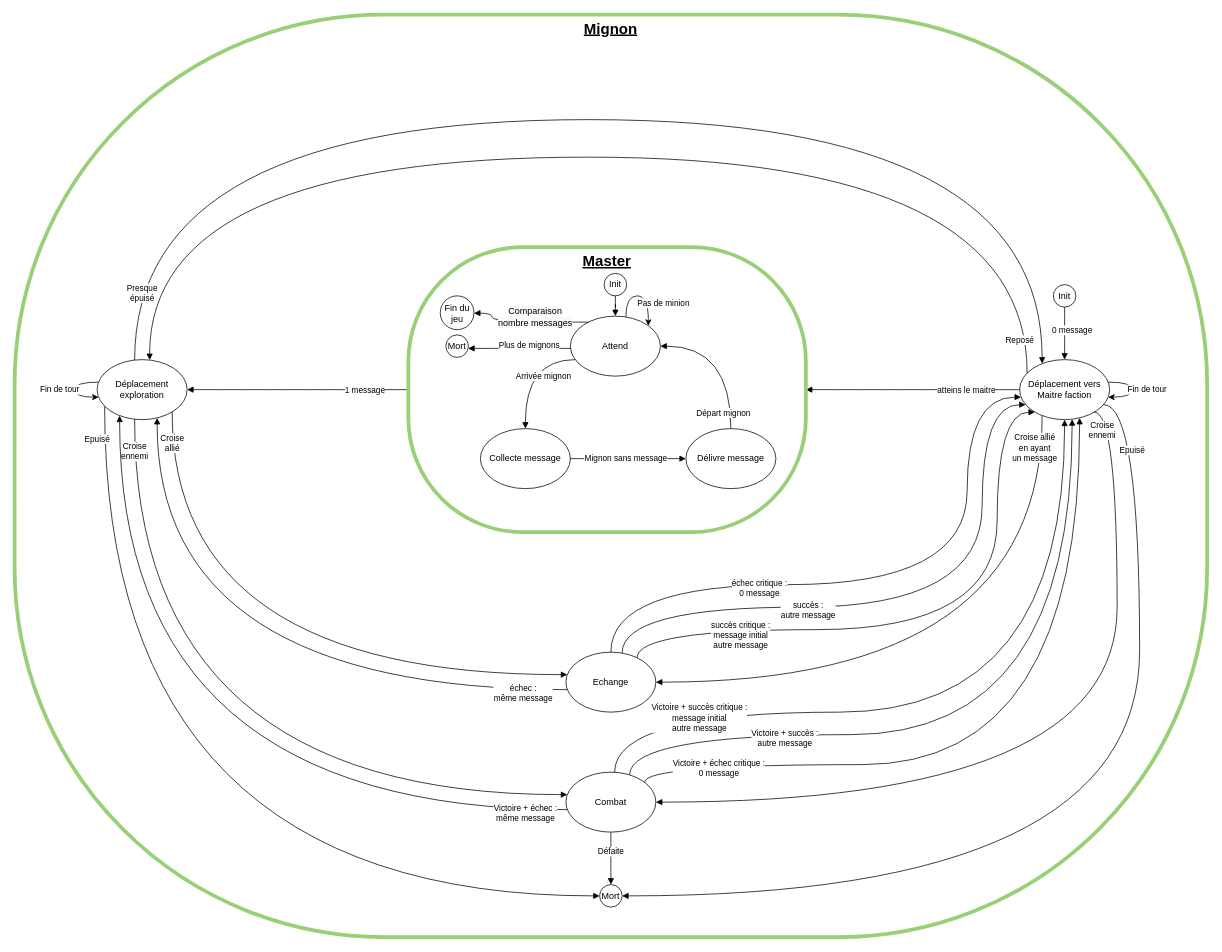
This is schemes/State transition.drawio from Xisabla/Illuvatar, a draw.io file, before an edit. Source tidied: cells renumbered, new cells numbered last; positions are measured from the earlier drawing's top-left corner, leaving out a move shared by most shapes. Both pictures are drawn from the tidied source at 75%, with x=0, y=0 at pixel (14, 14).
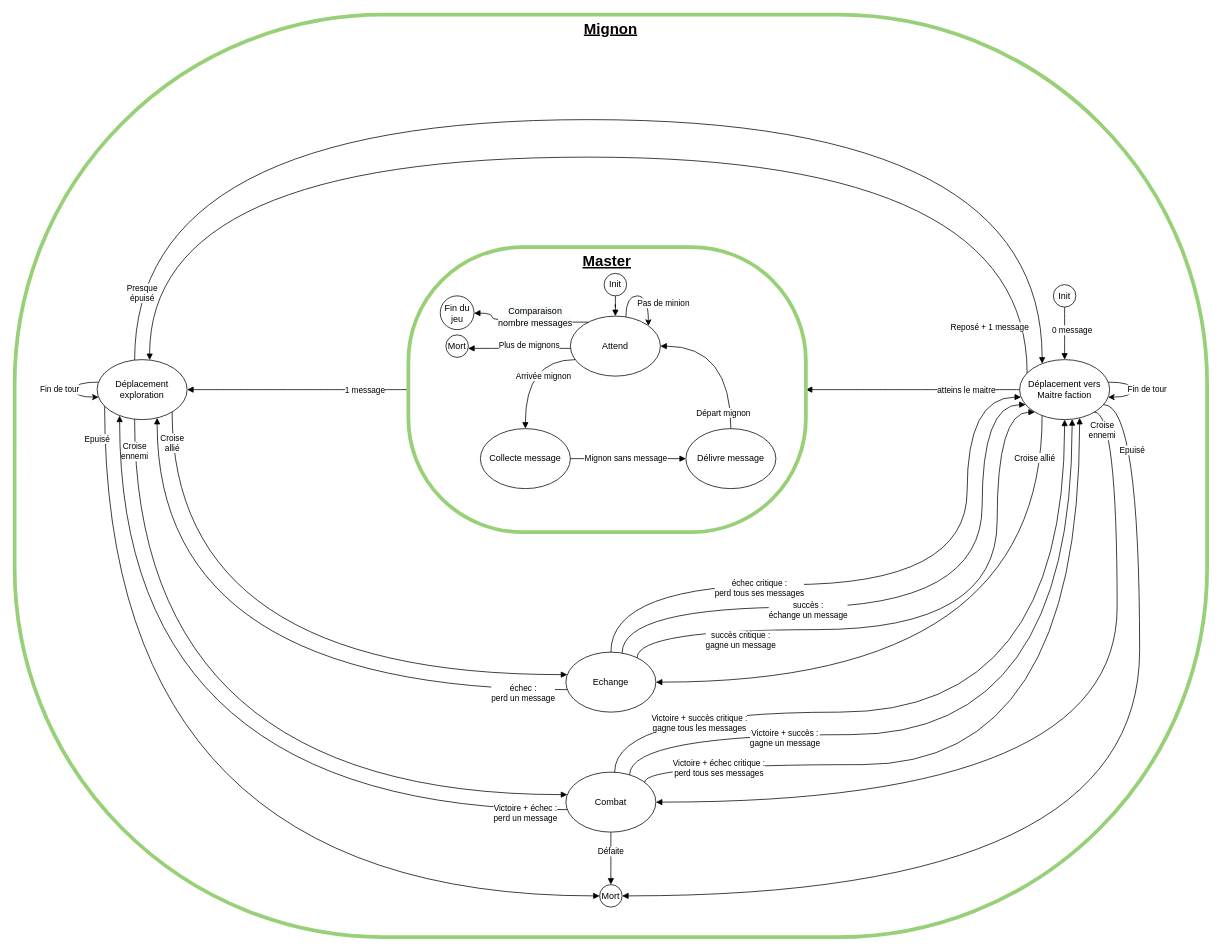
After the change.

The change refers to these unchanged cells:
```xml
<mxCell id="5" value="Déplacement&lt;br&gt;exploration" style="ellipse;whiteSpace=wrap;html=1;strokeColor=default;strokeWidth=1;" parent="1" vertex="1">
  <mxGeometry x="110" y="460" width="120" height="80" as="geometry" />
</mxCell>
<mxCell id="8" value="Combat" style="ellipse;whiteSpace=wrap;html=1;strokeColor=default;strokeWidth=1;" parent="1" vertex="1">
  <mxGeometry x="735" y="1010" width="120" height="80" as="geometry" />
</mxCell>
<mxCell id="9" value="Echange" style="ellipse;whiteSpace=wrap;html=1;strokeColor=default;strokeWidth=1;" parent="1" vertex="1">
  <mxGeometry x="735" y="850" width="120" height="80" as="geometry" />
</mxCell>
<mxCell id="16" value="Déplacement vers&lt;br&gt;Maitre faction" style="ellipse;whiteSpace=wrap;html=1;strokeColor=default;strokeWidth=1;" parent="1" vertex="1">
  <mxGeometry x="1340" y="460" width="120" height="80" as="geometry" />
</mxCell>
```

Diff of the diagram source:
```diff
@@
-    <mxCell id="7" value="Victoire + succès :&lt;br&gt;autre message" style="edgeStyle=orthogonalEdgeStyle;curved=1;jettySize=auto;html=1;endArrow=block;endSize=6;targetPerimeterSpacing=0;verticalAlign=bottom;" parent="1" edge="1" source="8" target="16">
+    <mxCell id="7" value="Victoire + succès :&lt;br&gt;gagne un message" style="edgeStyle=orthogonalEdgeStyle;curved=1;jettySize=auto;html=1;endArrow=block;endSize=6;targetPerimeterSpacing=0;verticalAlign=bottom;" parent="1" edge="1" source="8" target="16">
       <mxGeometry x="-0.51" y="-20" relative="1" as="geometry">
         <Array as="points">
           <mxPoint x="820" y="960" />
           <mxPoint x="1410" y="960" />
         </Array>
       </mxGeometry>
     </mxCell>
@@
-    <mxCell id="15" value="Reposé" style="edgeStyle=orthogonalEdgeStyle;curved=1;jettySize=auto;html=1;endArrow=block;endSize=6;targetPerimeterSpacing=0;verticalAlign=bottom;" parent="1" edge="1" source="16" target="5">
-      <mxGeometry x="-0.96" y="10" relative="1" as="geometry">
+    <mxCell id="15" value="Reposé + 1 message" style="edgeStyle=orthogonalEdgeStyle;curved=1;jettySize=auto;html=1;endArrow=block;endSize=6;targetPerimeterSpacing=0;verticalAlign=bottom;" parent="1" edge="1" source="16" target="5">
+      <mxGeometry x="-0.94" y="50" relative="1" as="geometry">
         <Array as="points">
           <mxPoint x="1350" y="190" />
           <mxPoint x="180" y="190" />
         </Array>
       </mxGeometry>
     </mxCell>
@@
-    <mxCell id="21" value="succès :&lt;br&gt;autre message" style="html=1;verticalAlign=bottom;endArrow=block;endSize=6;targetPerimeterSpacing=0;edgeStyle=orthogonalEdgeStyle;curved=1;" parent="1" edge="1" source="9" target="16">
+    <mxCell id="21" value="succès :&lt;br&gt;échange un message" style="html=1;verticalAlign=bottom;endArrow=block;endSize=6;targetPerimeterSpacing=0;edgeStyle=orthogonalEdgeStyle;curved=1;" parent="1" edge="1" source="9" target="16">
       <mxGeometry x="-0.29" y="-20" relative="1" as="geometry">
         <Array as="points">
           <mxPoint x="810" y="790" />
           <mxPoint x="1290" y="790" />
           <mxPoint x="1290" y="520" />
         </Array>
       </mxGeometry>
     </mxCell>
-    <mxCell id="22" value="succès critique : &lt;br&gt;message initial&lt;br&gt;autre message" style="html=1;verticalAlign=bottom;endArrow=block;endSize=6;targetPerimeterSpacing=0;edgeStyle=orthogonalEdgeStyle;curved=1;startArrow=none;" parent="1" edge="1" source="9" target="16">
+    <mxCell id="22" value="succès critique : &lt;br&gt;gagne un message" style="html=1;verticalAlign=bottom;endArrow=block;endSize=6;targetPerimeterSpacing=0;edgeStyle=orthogonalEdgeStyle;curved=1;startArrow=none;" parent="1" edge="1" source="9" target="16">
       <mxGeometry x="-0.59" y="-30" relative="1" as="geometry">
         <Array as="points">
           <mxPoint x="830" y="820" />
           <mxPoint x="1310" y="820" />
           <mxPoint x="1310" y="530" />
         </Array>
       </mxGeometry>
     </mxCell>
-    <mxCell id="23" value="Croise allié &lt;br&gt;en ayant&lt;br&gt;un message" style="html=1;verticalAlign=bottom;endArrow=block;endSize=6;targetPerimeterSpacing=0;edgeStyle=orthogonalEdgeStyle;curved=1;" parent="1" edge="1" source="16" target="9">
+    <mxCell id="23" value="Croise allié" style="html=1;verticalAlign=bottom;endArrow=block;endSize=6;targetPerimeterSpacing=0;edgeStyle=orthogonalEdgeStyle;curved=1;" parent="1" edge="1" source="16" target="9">
       <mxGeometry x="-0.85" y="-10" relative="1" as="geometry">
         <Array as="points">
           <mxPoint x="1370" y="890" />
         </Array>
       </mxGeometry>
     </mxCell>
-    <mxCell id="24" value="échec :&lt;br&gt;même message" style="html=1;verticalAlign=bottom;endArrow=block;endSize=6;targetPerimeterSpacing=0;edgeStyle=orthogonalEdgeStyle;curved=1;" parent="1" edge="1" source="9" target="5">
+    <mxCell id="24" value="échec :&lt;br&gt;perd un message" style="html=1;verticalAlign=bottom;endArrow=block;endSize=6;targetPerimeterSpacing=0;edgeStyle=orthogonalEdgeStyle;curved=1;" parent="1" edge="1" source="9" target="5">
       <mxGeometry x="-0.87" y="20" relative="1" as="geometry">
         <Array as="points">
           <mxPoint x="190" y="900" />
         </Array>
       </mxGeometry>
     </mxCell>
-    <mxCell id="25" value="échec critique : &lt;br&gt;0 message" style="html=1;verticalAlign=bottom;endArrow=block;endSize=6;targetPerimeterSpacing=0;edgeStyle=orthogonalEdgeStyle;curved=1;" parent="1" edge="1" source="9" target="16">
+    <mxCell id="25" value="échec critique : &lt;br&gt;perd tous ses messages" style="html=1;verticalAlign=bottom;endArrow=block;endSize=6;targetPerimeterSpacing=0;edgeStyle=orthogonalEdgeStyle;curved=1;" parent="1" edge="1" source="9" target="16">
       <mxGeometry x="-0.35" y="-20" relative="1" as="geometry">
         <Array as="points">
           <mxPoint x="795" y="760" />
           <mxPoint x="1270" y="760" />
           <mxPoint x="1270" y="510" />
         </Array>
       </mxGeometry>
     </mxCell>
-    <mxCell id="26" value="Victoire + succès critique :&lt;br&gt;message initial&lt;br&gt;autre message" style="edgeStyle=orthogonalEdgeStyle;curved=1;jettySize=auto;html=1;endArrow=block;endSize=6;targetPerimeterSpacing=0;verticalAlign=bottom;" parent="1" edge="1" source="8" target="16">
+    <mxCell id="26" value="Victoire + succès critique :&lt;br&gt;gagne tous les messages" style="edgeStyle=orthogonalEdgeStyle;curved=1;jettySize=auto;html=1;endArrow=block;endSize=6;targetPerimeterSpacing=0;verticalAlign=bottom;" parent="1" edge="1" source="8" target="16">
       <mxGeometry x="-0.64" y="-30" relative="1" as="geometry">
         <Array as="points">
           <mxPoint x="800" y="930" />
           <mxPoint x="1400" y="930" />
         </Array>
       </mxGeometry>
     </mxCell>
-    <mxCell id="27" value="Victoire + échec :&lt;br&gt;même message" style="edgeStyle=orthogonalEdgeStyle;curved=1;jettySize=auto;html=1;endArrow=block;endSize=6;targetPerimeterSpacing=0;verticalAlign=bottom;" parent="1" edge="1" source="8" target="5">
+    <mxCell id="27" value="Victoire + échec :&lt;br&gt;perd un message" style="edgeStyle=orthogonalEdgeStyle;curved=1;jettySize=auto;html=1;endArrow=block;endSize=6;targetPerimeterSpacing=0;verticalAlign=bottom;" parent="1" edge="1" source="8" target="5">
       <mxGeometry x="-0.9" y="20" relative="1" as="geometry">
         <Array as="points">
           <mxPoint x="140" y="1060" />
         </Array>
       </mxGeometry>
     </mxCell>
-    <mxCell id="28" value="Victoire + échec critique :&lt;br&gt;0 message" style="edgeStyle=orthogonalEdgeStyle;curved=1;jettySize=auto;html=1;endArrow=block;endSize=6;targetPerimeterSpacing=0;verticalAlign=bottom;" parent="1" edge="1" source="8" target="16">
+    <mxCell id="28" value="Victoire + échec critique :&lt;br&gt;perd tous ses messages" style="edgeStyle=orthogonalEdgeStyle;curved=1;jettySize=auto;html=1;endArrow=block;endSize=6;targetPerimeterSpacing=0;verticalAlign=bottom;" parent="1" edge="1" source="8" target="16">
       <mxGeometry x="-0.77" y="-20" relative="1" as="geometry">
         <Array as="points">
           <mxPoint x="840" y="1000" />
           <mxPoint x="1420" y="1000" />
         </Array>
       </mxGeometry>
     </mxCell>
```
